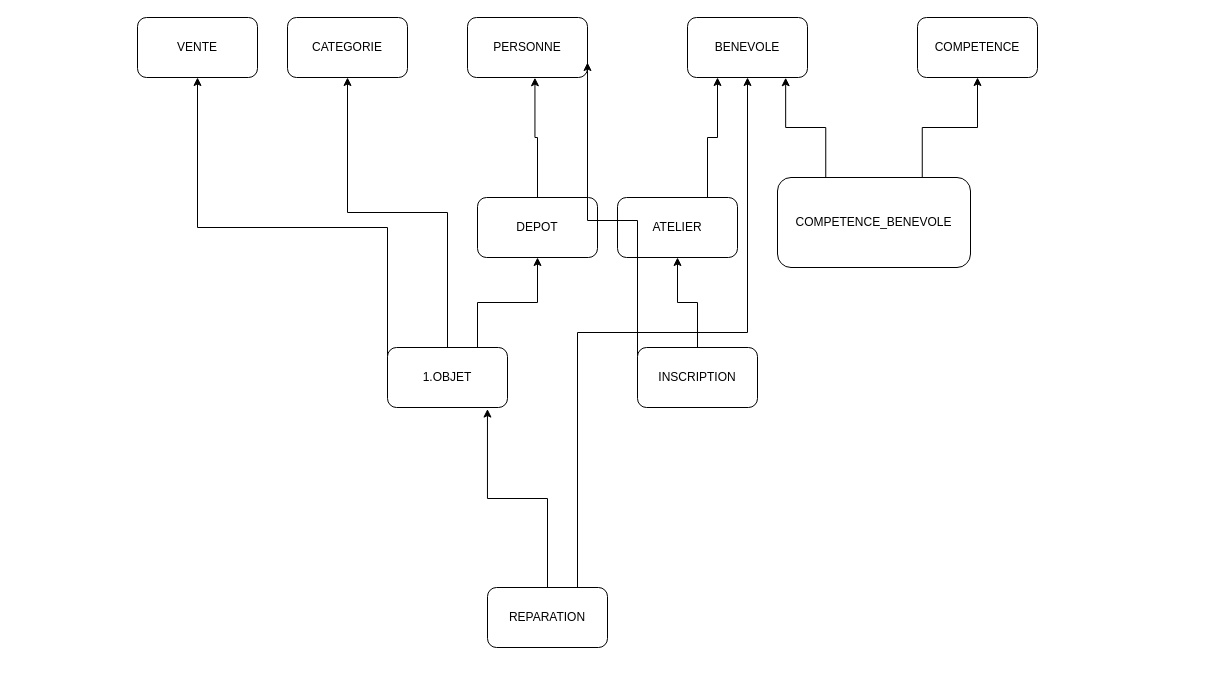
gdiaby2403/repo1 keeps this draw.io diagram as arbre_dependance_Adatabase.drawio. Above is the earlier version. Source tidied: cells renumbered, new cells numbered last; positions are measured from the earlier drawing's top-left corner, leaving out a move shared by most shapes. Both pictures are drawn from the tidied source at 100%, with x=0, y=0 at pixel (137, 17).
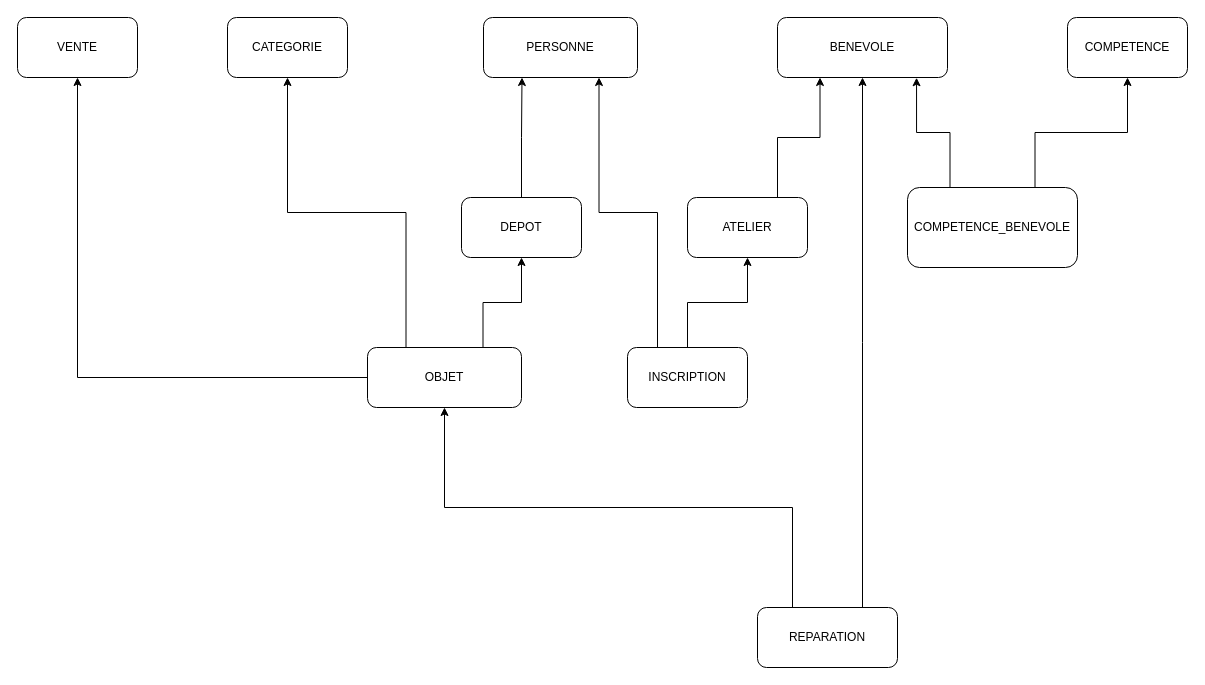
Above is the later version.

Commit message:
Mettre à jour arbre_dependance_Adatabase.drawio

Change to the diagram source:
```diff
@@
+    <mxCell id="3" style="edgeStyle=elbowEdgeStyle;shape=wire;rounded=0;jettySize=auto;elbow=vertical;html=1;exitX=0.75;exitY=0;exitDx=0;exitDy=0;entryX=0.5;entryY=1;entryDx=0;entryDy=0;dashed=1;" parent="1" edge="1" source="5" target="7">
+      <mxGeometry relative="1" as="geometry" />
+    </mxCell>
+    <mxCell id="24" style="edgeStyle=elbowEdgeStyle;shape=wire;rounded=0;jettySize=auto;elbow=vertical;html=1;exitX=0.5;exitY=1;exitDx=0;exitDy=0;entryX=0.25;entryY=0;entryDx=0;entryDy=0;dashed=1;startArrow=classic;startFill=1;endArrow=none;endFill=0;" parent="1" edge="1" source="5" target="9">
+      <mxGeometry relative="1" as="geometry" />
+    </mxCell>
+    <mxCell id="4" style="edgeStyle=orthogonalEdgeStyle;shape=wire;rounded=0;jettySize=auto;elbow=vertical;html=1;exitX=0;exitY=0.5;exitDx=0;exitDy=0;entryX=0.5;entryY=1;entryDx=0;entryDy=0;dashed=1;" parent="1" edge="1" source="5" target="10">
+      <mxGeometry relative="1" as="geometry" />
+    </mxCell>
-    <mxCell id="2" style="edgeStyle=elbowEdgeStyle;shape=wire;rounded=0;jettySize=auto;elbow=vertical;html=1;exitX=0.5;exitY=0;exitDx=0;exitDy=0;entryX=0.5;entryY=1;entryDx=0;entryDy=0;dashed=1;" parent="1" edge="1" source="5" target="15">
+    <mxCell id="2" style="edgeStyle=elbowEdgeStyle;shape=wire;rounded=0;jettySize=auto;elbow=vertical;html=1;exitX=0.25;exitY=0;exitDx=0;exitDy=0;entryX=0.5;entryY=1;entryDx=0;entryDy=0;dashed=1;" parent="1" edge="1" source="5" target="15">
       <mxGeometry relative="1" as="geometry" />
     </mxCell>
-    <mxCell id="3" style="edgeStyle=elbowEdgeStyle;shape=wire;rounded=0;jettySize=auto;elbow=vertical;html=1;exitX=0.75;exitY=0;exitDx=0;exitDy=0;entryX=0.5;entryY=1;entryDx=0;entryDy=0;dashed=1;" parent="1" edge="1" source="5" target="7">
-      <mxGeometry relative="1" as="geometry" />
-    </mxCell>
-    <mxCell id="4" style="edgeStyle=elbowEdgeStyle;shape=wire;rounded=0;jettySize=auto;elbow=vertical;html=1;exitX=0;exitY=0.5;exitDx=0;exitDy=0;entryX=0.5;entryY=1;entryDx=0;entryDy=0;dashed=1;" parent="1" edge="1" source="5" target="10">
-      <mxGeometry relative="1" as="geometry" />
-    </mxCell>
-    <mxCell id="5" value="1.OBJET" style="rounded=1;whiteSpace=wrap;html=1;" parent="1" vertex="1">
-      <mxGeometry x="250" y="330" width="120" height="60" as="geometry" />
+    <mxCell id="5" value="OBJET" style="rounded=1;whiteSpace=wrap;html=1;" parent="1" vertex="1">
+      <mxGeometry x="230" y="330" width="154" height="60" as="geometry" />
     </mxCell>
     <mxCell id="6" value="BENEVOLE" style="rounded=1;whiteSpace=wrap;html=1;" parent="1" vertex="1">
-      <mxGeometry x="550" width="120" height="60" as="geometry" />
+      <mxGeometry x="640" width="170" height="60" as="geometry" />
     </mxCell>
+    <mxCell id="20" style="edgeStyle=elbowEdgeStyle;shape=wire;rounded=0;jettySize=auto;elbow=vertical;html=1;exitX=0.5;exitY=0;exitDx=0;exitDy=0;entryX=0.25;entryY=1;entryDx=0;entryDy=0;dashed=1;" parent="1" edge="1" source="7" target="13">
+      <mxGeometry relative="1" as="geometry" />
+    </mxCell>
     <mxCell id="7" value="DEPOT" style="rounded=1;whiteSpace=wrap;html=1;" parent="1" vertex="1">
-      <mxGeometry x="340" y="180" width="120" height="60" as="geometry" />
+      <mxGeometry x="324" y="180" width="120" height="60" as="geometry" />
     </mxCell>
@@
     <mxCell id="9" value="REPARATION" style="rounded=1;whiteSpace=wrap;html=1;" parent="1" vertex="1">
-      <mxGeometry x="350" y="570" width="120" height="60" as="geometry" />
+      <mxGeometry x="620" y="590" width="140" height="60" as="geometry" />
     </mxCell>
     <mxCell id="10" value="VENTE" style="rounded=1;whiteSpace=wrap;html=1;" parent="1" vertex="1">
-      <mxGeometry width="120" height="60" as="geometry" />
+      <mxGeometry x="-120" width="120" height="60" as="geometry" />
     </mxCell>
@@
     <mxCell id="12" value="ATELIER" style="rounded=1;whiteSpace=wrap;html=1;" parent="1" vertex="1">
-      <mxGeometry x="480" y="180" width="120" height="60" as="geometry" />
+      <mxGeometry x="550" y="180" width="120" height="60" as="geometry" />
     </mxCell>
     <mxCell id="13" value="PERSONNE" style="rounded=1;whiteSpace=wrap;html=1;" parent="1" vertex="1">
-      <mxGeometry x="330" width="120" height="60" as="geometry" />
+      <mxGeometry x="346" width="154" height="60" as="geometry" />
     </mxCell>
-    <mxCell id="14" style="edgeStyle=elbowEdgeStyle;shape=wire;rounded=0;jettySize=auto;elbow=vertical;html=1;exitX=0.5;exitY=0;exitDx=0;exitDy=0;entryX=0.833;entryY=1.026;entryDx=0;entryDy=0;entryPerimeter=0;dashed=1;" parent="1" edge="1" source="9" target="5">
-      <mxGeometry relative="1" as="geometry" />
-    </mxCell>
     <mxCell id="15" value="CATEGORIE" style="rounded=1;whiteSpace=wrap;html=1;" parent="1" vertex="1">
-      <mxGeometry x="150" width="120" height="60" as="geometry" />
+      <mxGeometry x="90" width="120" height="60" as="geometry" />
     </mxCell>
@@
-    <mxCell id="17" style="edgeStyle=elbowEdgeStyle;shape=wire;rounded=0;jettySize=auto;elbow=vertical;html=1;exitX=0;exitY=0.5;exitDx=0;exitDy=0;entryX=1;entryY=0.75;entryDx=0;entryDy=0;dashed=1;" parent="1" edge="1" source="18" target="13">
+    <mxCell id="17" style="edgeStyle=elbowEdgeStyle;shape=wire;rounded=0;jettySize=auto;elbow=vertical;html=1;exitX=0.25;exitY=0;exitDx=0;exitDy=0;entryX=0.75;entryY=1;entryDx=0;entryDy=0;dashed=1;" parent="1" edge="1" source="18" target="13">
       <mxGeometry relative="1" as="geometry" />
     </mxCell>
     <mxCell id="18" value="INSCRIPTION" style="rounded=1;whiteSpace=wrap;html=1;" parent="1" vertex="1">
-      <mxGeometry x="500" y="330" width="120" height="60" as="geometry" />
+      <mxGeometry x="490" y="330" width="120" height="60" as="geometry" />
     </mxCell>
     <mxCell id="19" value="COMPETENCE" style="rounded=1;whiteSpace=wrap;html=1;" parent="1" vertex="1">
-      <mxGeometry x="780" width="120" height="60" as="geometry" />
+      <mxGeometry x="930" width="120" height="60" as="geometry" />
     </mxCell>
-    <mxCell id="20" style="edgeStyle=elbowEdgeStyle;shape=wire;rounded=0;jettySize=auto;elbow=vertical;html=1;exitX=0.5;exitY=0;exitDx=0;exitDy=0;entryX=0.562;entryY=1.004;entryDx=0;entryDy=0;entryPerimeter=0;dashed=1;" parent="1" edge="1" source="7" target="13">
-      <mxGeometry relative="1" as="geometry" />
-    </mxCell>
@@
     <mxCell id="22" value="COMPETENCE_BENEVOLE" style="rounded=1;whiteSpace=wrap;html=1;" parent="1" vertex="1">
-      <mxGeometry x="640" y="160" width="193" height="90" as="geometry" />
+      <mxGeometry x="770" y="170" width="170" height="80" as="geometry" />
     </mxCell>
```
